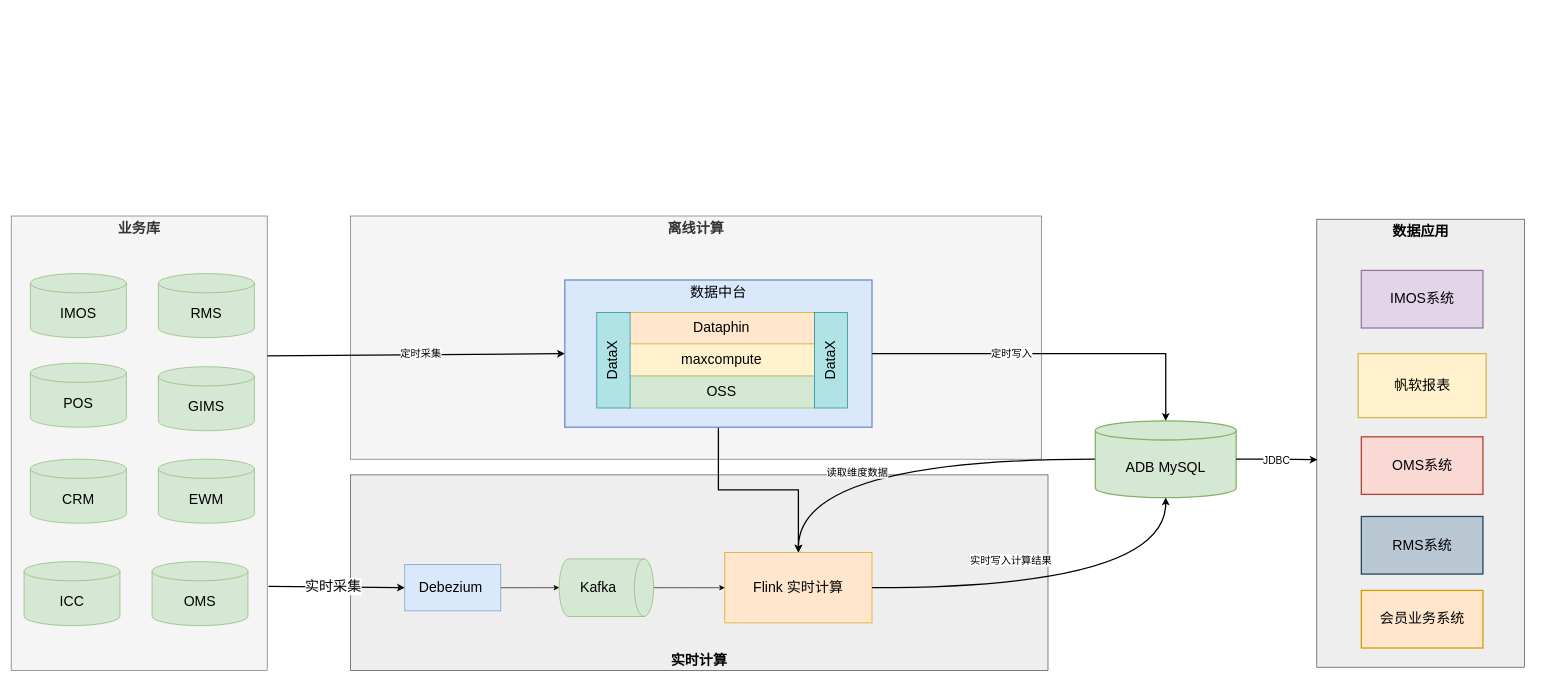
Before: page "第 1 页" (1 of 3) of 未命名绘图.drawio in starzy1990/diagrams, a draw.io diagram. Source tidied: cells renumbered, new cells numbered last; positions are measured from the earlier drawing's top-left corner, leaving out a move shared by most shapes. Both pictures are drawn from the tidied source at 64%, with x=0, y=0 at pixel (11, 216).
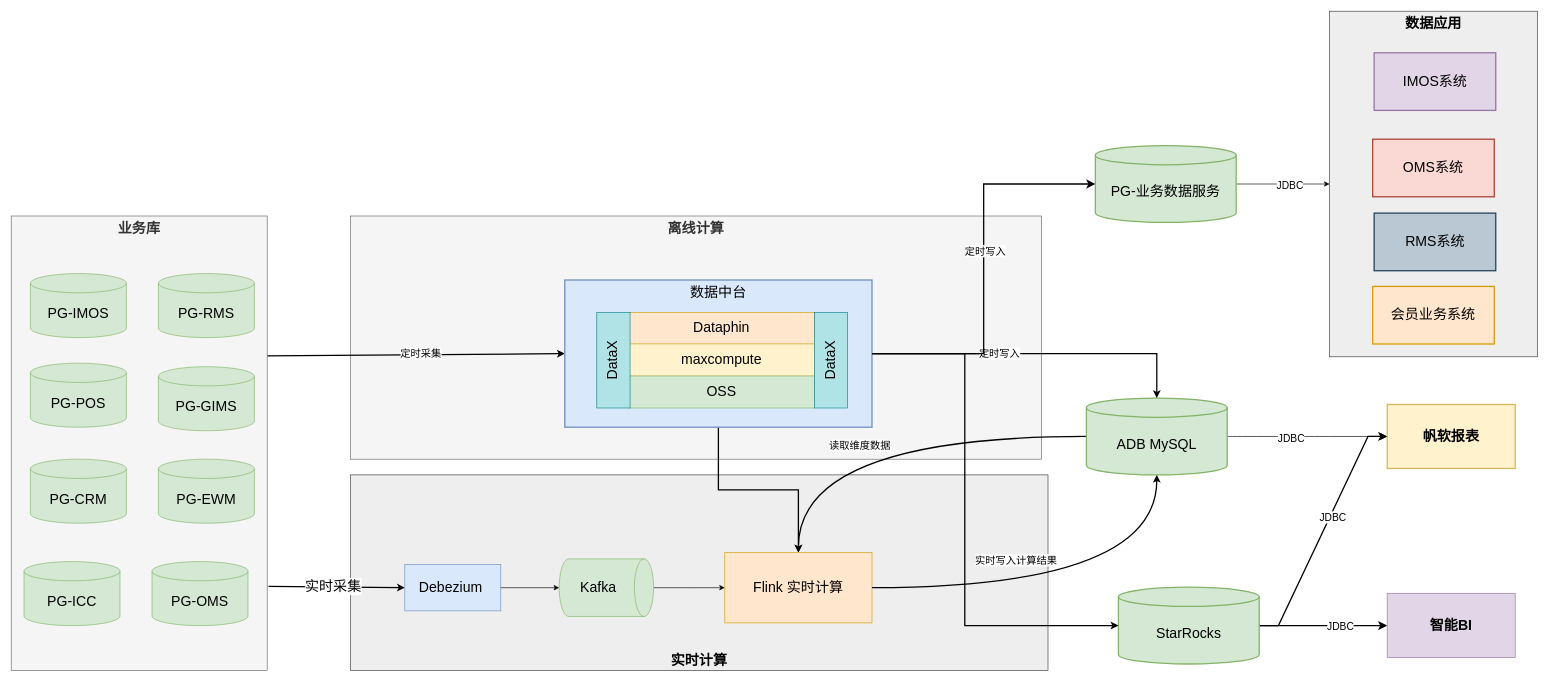
Above is the later version.

Unchanged cells that the change refers to:
```xml
<mxCell id="14" value="数据中台&lt;br style=&quot;font-size: 22px;&quot;&gt;" style="rounded=0;whiteSpace=wrap;html=1;fontStyle=0;fillColor=#dae8fc;strokeColor=#6c8ebf;fontSize=22;strokeWidth=2;horizontal=1;verticalAlign=top;" parent="1" vertex="1">
  <mxGeometry x="865" y="100" width="480" height="230" as="geometry" />
</mxCell>
```

Change to the diagram source:
```diff
@@
     <mxCell id="2" value="数据应用" style="rounded=0;whiteSpace=wrap;html=1;fillColor=#eeeeee;strokeColor=#36393d;verticalAlign=top;fontStyle=1;fontSize=22;" parent="1" vertex="1">
-      <mxGeometry x="2040" y="5" width="324.6" height="700" as="geometry" />
+      <mxGeometry x="2060" y="-320" width="324.6" height="540" as="geometry" />
     </mxCell>
@@
+    <mxCell id="44" style="edgeStyle=none;curved=1;rounded=0;jettySize=auto;html=1;entryX=0;entryY=0.5;entryDx=0;entryDy=0;fontSize=12;startSize=8;endSize=8;" parent="1" edge="1" source="12" target="20">
+      <mxGeometry relative="1" as="geometry" />
+    </mxCell>
+    <mxCell id="45" value="JDBC" style="edgeLabel;html=1;align=center;verticalAlign=middle;fontSize=16;" parent="44" vertex="1">
+      <mxGeometry x="-0.2" y="-3" relative="1" as="geometry">
+        <mxPoint x="-1" as="offset" />
+      </mxGeometry>
+    </mxCell>
     <mxCell id="12" value="ADB MySQL" style="shape=cylinder3;whiteSpace=wrap;html=1;boundedLbl=1;backgroundOutline=1;size=15;fillColor=#d5e8d4;strokeColor=#82b366;fontSize=22;fontStyle=0;strokeWidth=2;" parent="1" vertex="1">
-      <mxGeometry x="1694" y="320" width="220" height="120" as="geometry" />
+      <mxGeometry x="1680" y="284.5" width="220" height="120" as="geometry" />
     </mxCell>
@@
-    <mxCell id="20" value="帆软报表" style="rounded=0;whiteSpace=wrap;html=1;fillColor=#fff2cc;strokeColor=#d6b656;strokeWidth=2;fontSize=22;fontStyle=0;" parent="1" vertex="1">
-      <mxGeometry x="2104.6" y="215" width="200" height="100" as="geometry" />
+    <mxCell id="20" value="帆软报表" style="rounded=0;whiteSpace=wrap;html=1;fillColor=#fff2cc;strokeColor=#d6b656;strokeWidth=2;fontSize=22;fontStyle=1;" parent="1" vertex="1">
+      <mxGeometry x="2150" y="294.5" width="200" height="100" as="geometry" />
     </mxCell>
     <mxCell id="21" value="IMOS系统" style="rounded=0;whiteSpace=wrap;html=1;fillColor=#e1d5e7;strokeColor=#9673a6;fontSize=22;fontStyle=0;strokeWidth=2;" parent="1" vertex="1">
-      <mxGeometry x="2109.6" y="85" width="190" height="90" as="geometry" />
+      <mxGeometry x="2129.6" y="-255" width="190" height="90" as="geometry" />
     </mxCell>
     <mxCell id="22" value="OMS系统" style="rounded=0;whiteSpace=wrap;html=1;fillColor=#fad9d5;strokeColor=#ae4132;fontSize=22;fontStyle=0;strokeWidth=2;" parent="1" vertex="1">
-      <mxGeometry x="2109.6" y="345" width="190" height="90" as="geometry" />
+      <mxGeometry x="2127.3" y="-120" width="190" height="90" as="geometry" />
     </mxCell>
     <mxCell id="23" value="RMS系统" style="rounded=0;whiteSpace=wrap;html=1;fillColor=#bac8d3;strokeColor=#23445d;fontSize=22;fontStyle=0;strokeWidth=2;" parent="1" vertex="1">
-      <mxGeometry x="2109.6" y="469.5" width="190" height="90" as="geometry" />
+      <mxGeometry x="2129.6" y="-4.5" width="190" height="90" as="geometry" />
     </mxCell>
     <mxCell id="24" value="会员业务系统" style="rounded=0;whiteSpace=wrap;html=1;fillColor=#ffe6cc;strokeColor=#d79b00;fontSize=22;fontStyle=0;strokeWidth=2;" parent="1" vertex="1">
-      <mxGeometry x="2109.6" y="585" width="190" height="90" as="geometry" />
+      <mxGeometry x="2127.3" y="110" width="190" height="90" as="geometry" />
     </mxCell>
@@
-    <mxCell id="28" value="IMOS" style="shape=cylinder3;whiteSpace=wrap;html=1;boundedLbl=1;backgroundOutline=1;size=15;fillColor=#d5e8d4;strokeColor=#82b366;fontSize=22;" parent="1" vertex="1">
+    <mxCell id="28" value="PG-IMOS" style="shape=cylinder3;whiteSpace=wrap;html=1;boundedLbl=1;backgroundOutline=1;size=15;fillColor=#d5e8d4;strokeColor=#82b366;fontSize=22;" parent="1" vertex="1">
       <mxGeometry x="30" y="90" width="150" height="100" as="geometry" />
     </mxCell>
@@
-    <mxCell id="30" value="POS" style="shape=cylinder3;whiteSpace=wrap;html=1;boundedLbl=1;backgroundOutline=1;size=15;fillColor=#d5e8d4;strokeColor=#82b366;fontSize=22;" parent="1" vertex="1">
+    <mxCell id="30" value="PG-POS" style="shape=cylinder3;whiteSpace=wrap;html=1;boundedLbl=1;backgroundOutline=1;size=15;fillColor=#d5e8d4;strokeColor=#82b366;fontSize=22;" parent="1" vertex="1">
       <mxGeometry x="30" y="230" width="150" height="100" as="geometry" />
     </mxCell>
-    <mxCell id="31" value="GIMS" style="shape=cylinder3;whiteSpace=wrap;html=1;boundedLbl=1;backgroundOutline=1;size=15;fillColor=#d5e8d4;strokeColor=#82b366;fontSize=22;" parent="1" vertex="1">
+    <mxCell id="31" value="PG-GIMS" style="shape=cylinder3;whiteSpace=wrap;html=1;boundedLbl=1;backgroundOutline=1;size=15;fillColor=#d5e8d4;strokeColor=#82b366;fontSize=22;" parent="1" vertex="1">
       <mxGeometry x="230" y="235.5" width="150" height="100" as="geometry" />
     </mxCell>
-    <mxCell id="32" value="CRM" style="shape=cylinder3;whiteSpace=wrap;html=1;boundedLbl=1;backgroundOutline=1;size=15;fillColor=#d5e8d4;strokeColor=#82b366;fontSize=22;" parent="1" vertex="1">
+    <mxCell id="32" value="PG-CRM" style="shape=cylinder3;whiteSpace=wrap;html=1;boundedLbl=1;backgroundOutline=1;size=15;fillColor=#d5e8d4;strokeColor=#82b366;fontSize=22;" parent="1" vertex="1">
       <mxGeometry x="30" y="380" width="150" height="100" as="geometry" />
     </mxCell>
-    <mxCell id="33" value="RMS" style="shape=cylinder3;whiteSpace=wrap;html=1;boundedLbl=1;backgroundOutline=1;size=15;fillColor=#d5e8d4;strokeColor=#82b366;fontSize=22;" parent="1" vertex="1">
+    <mxCell id="33" value="PG-RMS" style="shape=cylinder3;whiteSpace=wrap;html=1;boundedLbl=1;backgroundOutline=1;size=15;fillColor=#d5e8d4;strokeColor=#82b366;fontSize=22;" parent="1" vertex="1">
       <mxGeometry x="230" y="90" width="150" height="100" as="geometry" />
     </mxCell>
-    <mxCell id="34" value="EWM" style="shape=cylinder3;whiteSpace=wrap;html=1;boundedLbl=1;backgroundOutline=1;size=15;fillColor=#d5e8d4;strokeColor=#82b366;fontSize=22;" parent="1" vertex="1">
+    <mxCell id="34" value="PG-EWM" style="shape=cylinder3;whiteSpace=wrap;html=1;boundedLbl=1;backgroundOutline=1;size=15;fillColor=#d5e8d4;strokeColor=#82b366;fontSize=22;" parent="1" vertex="1">
       <mxGeometry x="230" y="380" width="150" height="100" as="geometry" />
     </mxCell>
-    <mxCell id="35" value="ICC" style="shape=cylinder3;whiteSpace=wrap;html=1;boundedLbl=1;backgroundOutline=1;size=15;fillColor=#d5e8d4;strokeColor=#82b366;fontSize=22;" parent="1" vertex="1">
+    <mxCell id="35" value="PG-ICC" style="shape=cylinder3;whiteSpace=wrap;html=1;boundedLbl=1;backgroundOutline=1;size=15;fillColor=#d5e8d4;strokeColor=#82b366;fontSize=22;" parent="1" vertex="1">
       <mxGeometry x="20" y="540" width="150" height="100" as="geometry" />
     </mxCell>
-    <mxCell id="36" value="OMS" style="shape=cylinder3;whiteSpace=wrap;html=1;boundedLbl=1;backgroundOutline=1;size=15;fillColor=#d5e8d4;strokeColor=#82b366;fontSize=22;" parent="1" vertex="1">
+    <mxCell id="36" value="PG-OMS" style="shape=cylinder3;whiteSpace=wrap;html=1;boundedLbl=1;backgroundOutline=1;size=15;fillColor=#d5e8d4;strokeColor=#82b366;fontSize=22;" parent="1" vertex="1">
       <mxGeometry x="220" y="540" width="150" height="100" as="geometry" />
     </mxCell>
@@
-    <mxCell id="42" style="edgeStyle=orthogonalEdgeStyle;rounded=0;jettySize=auto;html=1;entryX=0.003;entryY=0.537;entryDx=0;entryDy=0;entryPerimeter=0;strokeWidth=2;" parent="1" edge="1" source="12" target="2">
-      <mxGeometry relative="1" as="geometry" />
-    </mxCell>
-    <mxCell id="43" value="JDBC" style="edgeLabel;html=1;align=center;verticalAlign=middle;fontSize=16;" parent="42" vertex="1">
-      <mxGeometry x="-0.02" y="-1" relative="1" as="geometry">
-        <mxPoint y="1" as="offset" />
-      </mxGeometry>
-    </mxCell>
+    <mxCell id="46" style="edgeStyle=orthogonalEdgeStyle;rounded=0;jettySize=auto;html=1;entryX=0;entryY=0.5;entryDx=0;entryDy=0;fontSize=16;" parent="1" edge="1" source="48" target="2">
+      <mxGeometry relative="1" as="geometry" />
+    </mxCell>
+    <mxCell id="47" value="JDBC" style="edgeLabel;html=1;align=center;verticalAlign=middle;fontSize=16;" parent="46" vertex="1">
+      <mxGeometry x="0.14" y="-1" relative="1" as="geometry" />
+    </mxCell>
+    <mxCell id="48" value="PG-业务数据服务" style="shape=cylinder3;whiteSpace=wrap;html=1;boundedLbl=1;backgroundOutline=1;size=15;fillColor=#d5e8d4;strokeColor=#82b366;fontSize=22;fontStyle=0;strokeWidth=2;" parent="1" vertex="1">
+      <mxGeometry x="1694" y="-110" width="220" height="120" as="geometry" />
+    </mxCell>
+    <mxCell id="49" style="edgeStyle=orthogonalEdgeStyle;rounded=0;jettySize=auto;html=1;entryX=0;entryY=0.5;entryDx=0;entryDy=0;entryPerimeter=0;fontSize=12;startSize=8;endSize=8;strokeWidth=2;" parent="1" edge="1" source="14" target="48">
+      <mxGeometry relative="1" as="geometry" />
+    </mxCell>
+    <mxCell id="50" value="定时写入" style="edgeLabel;html=1;align=center;verticalAlign=middle;fontSize=16;" parent="49" vertex="1">
+      <mxGeometry x="0.09" y="-2" relative="1" as="geometry" />
+    </mxCell>
+    <mxCell id="51" value="智能BI" style="rounded=0;whiteSpace=wrap;html=1;fontSize=22;fillColor=#e1d5e7;strokeColor=#9673a6;fontStyle=1;" parent="1" vertex="1">
+      <mxGeometry x="2150" y="590" width="200" height="100" as="geometry" />
+    </mxCell>
+    <mxCell id="52" style="edgeStyle=entityRelationEdgeStyle;rounded=0;jettySize=auto;html=1;entryX=0;entryY=0.5;entryDx=0;entryDy=0;fontSize=12;startSize=8;endSize=8;strokeWidth=2;" parent="1" edge="1" source="56" target="20">
+      <mxGeometry relative="1" as="geometry" />
+    </mxCell>
+    <mxCell id="53" value="JDBC" style="edgeLabel;html=1;align=center;verticalAlign=middle;fontSize=16;" parent="52" vertex="1">
+      <mxGeometry x="0.13" y="-4" relative="1" as="geometry" />
+    </mxCell>
+    <mxCell id="54" style="edgeStyle=none;curved=1;rounded=0;jettySize=auto;html=1;fontSize=12;startSize=8;endSize=8;strokeWidth=2;" parent="1" edge="1" source="56" target="51">
+      <mxGeometry relative="1" as="geometry" />
+    </mxCell>
+    <mxCell id="55" value="JDBC" style="edgeLabel;html=1;align=center;verticalAlign=middle;fontSize=16;" parent="54" vertex="1">
+      <mxGeometry x="0.26" y="-1" relative="1" as="geometry" />
+    </mxCell>
+    <mxCell id="56" value="StarRocks" style="shape=cylinder3;whiteSpace=wrap;html=1;boundedLbl=1;backgroundOutline=1;size=15;fillColor=#d5e8d4;strokeColor=#82b366;fontSize=22;fontStyle=0;strokeWidth=2;" parent="1" vertex="1">
+      <mxGeometry x="1730" y="580" width="220" height="120" as="geometry" />
+    </mxCell>
+    <mxCell id="57" style="edgeStyle=orthogonalEdgeStyle;rounded=0;jettySize=auto;html=1;entryX=0;entryY=0.5;entryDx=0;entryDy=0;entryPerimeter=0;strokeWidth=2;" parent="1" edge="1" source="14" target="56">
+      <mxGeometry relative="1" as="geometry">
+        <Array as="points">
+          <mxPoint x="1490" y="215" />
+          <mxPoint x="1490" y="640" />
+        </Array>
+      </mxGeometry>
+    </mxCell>
```
